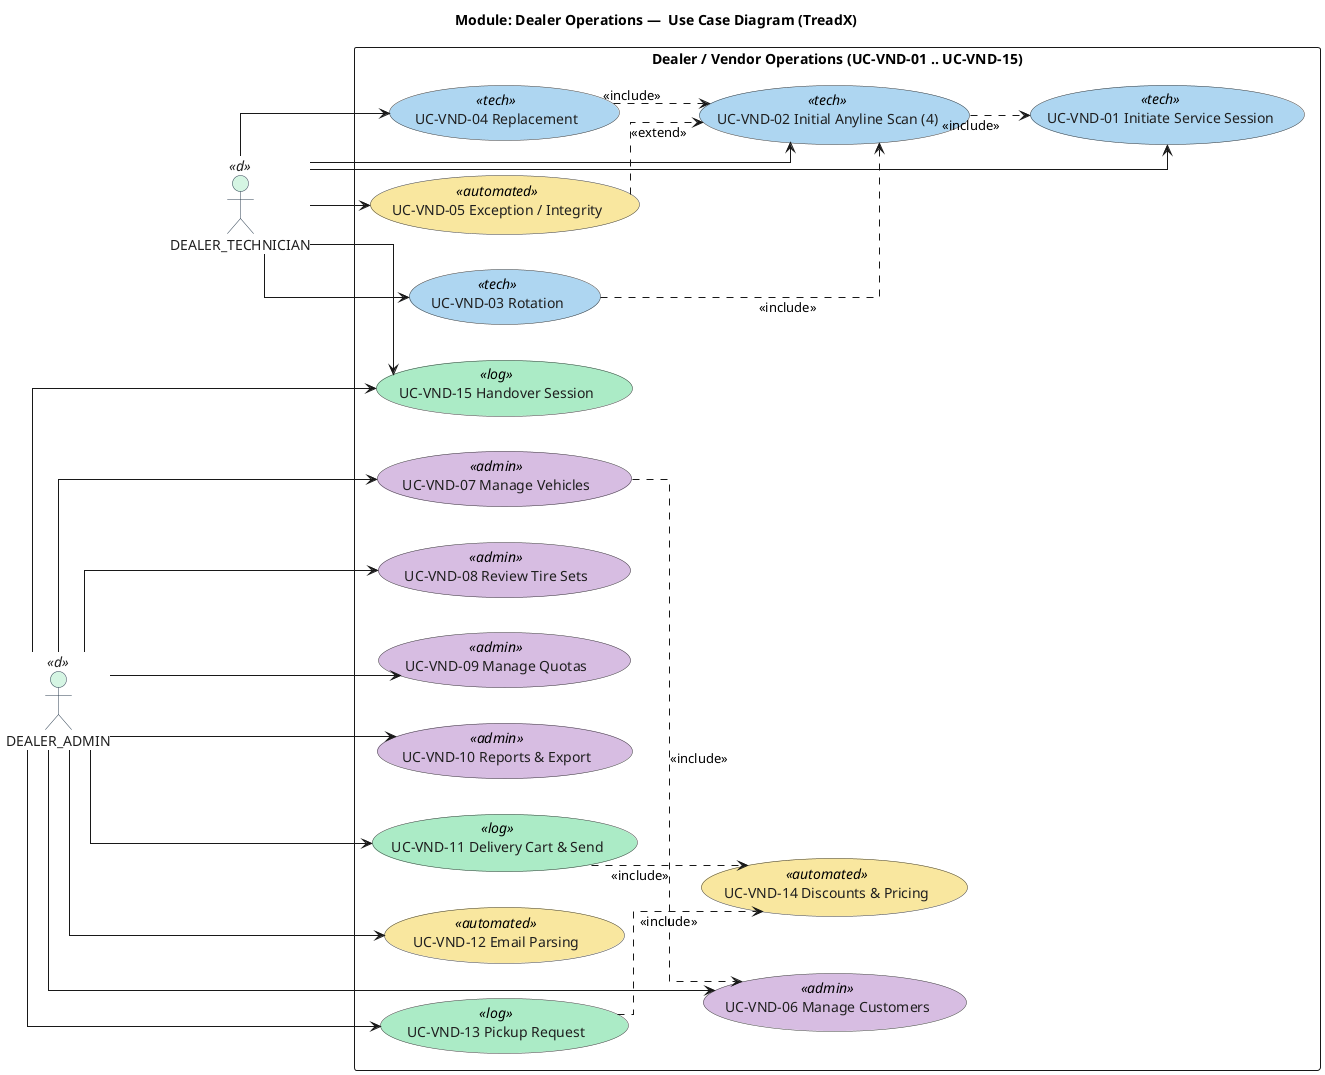
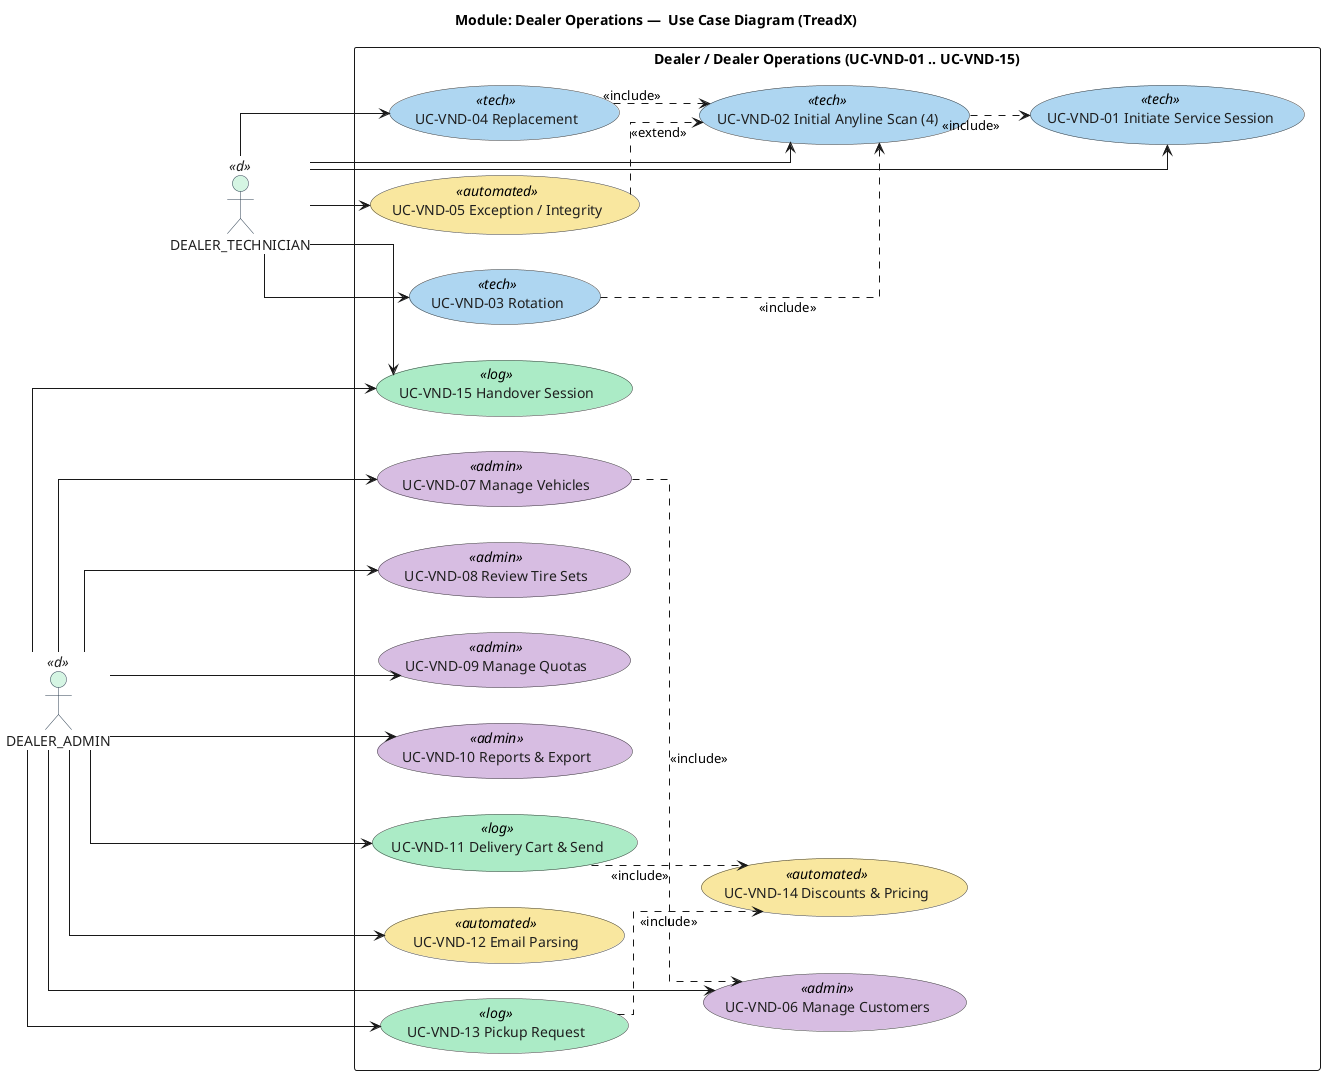
@startuml
left to right direction
title Module: Dealer Operations —  Use Case Diagram (TreadX)

skinparam shadowing false
skinparam linetype ortho
skinparam packageStyle rectangle
skinparam usecase {
  BorderColor #3A3A3A
  FontColor #1F1F1F
}
skinparam usecaseBackgroundColor<<tech>> #AED6F1
skinparam usecaseBackgroundColor<<admin>> #D7BDE2
skinparam usecaseBackgroundColor<<log>> #ABEBC6
skinparam usecaseBackgroundColor<<automated>> #F9E79F
skinparam actor {
  BorderColor #2C3E50
  FontColor #1F1F1F
}
skinparam actorBackgroundColor<<d>> #D5F5E3

actor "DEALER_TECHNICIAN" as TECH <<d>>
actor "DEALER_ADMIN" as ADM <<d>>

- rectangle "Dealer / Vendor Operations (UC-VND-01 .. UC-VND-15)" {
+ rectangle "Dealer / Dealer Operations (UC-VND-01 .. UC-VND-15)" {
  usecase "UC-VND-01 Initiate Service Session" as U01 <<tech>>
  usecase "UC-VND-02 Initial Anyline Scan (4)" as U02 <<tech>>
  usecase "UC-VND-03 Rotation" as U03 <<tech>>
  usecase "UC-VND-04 Replacement" as U04 <<tech>>
  usecase "UC-VND-05 Exception / Integrity" as U05 <<automated>>
  usecase "UC-VND-06 Manage Customers" as U06 <<admin>>
  usecase "UC-VND-07 Manage Vehicles" as U07 <<admin>>
  usecase "UC-VND-08 Review Tire Sets" as U08 <<admin>>
  usecase "UC-VND-09 Manage Quotas" as U09 <<admin>>
  usecase "UC-VND-10 Reports & Export" as U10 <<admin>>
  usecase "UC-VND-11 Delivery Cart & Send" as U11 <<log>>
  usecase "UC-VND-12 Email Parsing" as U12 <<automated>>
  usecase "UC-VND-13 Pickup Request" as U13 <<log>>
  usecase "UC-VND-14 Discounts & Pricing" as U14 <<automated>>
  usecase "UC-VND-15 Handover Session" as U15 <<log>>
}

TECH --> U01
TECH --> U02
TECH --> U03
TECH --> U04
TECH --> U05
TECH --> U15

ADM --> U06
ADM --> U07
ADM --> U08
ADM --> U09
ADM --> U10
ADM --> U11
ADM --> U12
ADM --> U13
ADM --> U15

U02 ..> U01 : <<include>>
U03 ..> U02 : <<include>>
U04 ..> U02 : <<include>>
U05 ..> U02 : <<extend>>
U07 ..> U06 : <<include>>
U11 ..> U14 : <<include>>
U13 ..> U14 : <<include>>

ADM -[hidden]- TECH
@enduml
